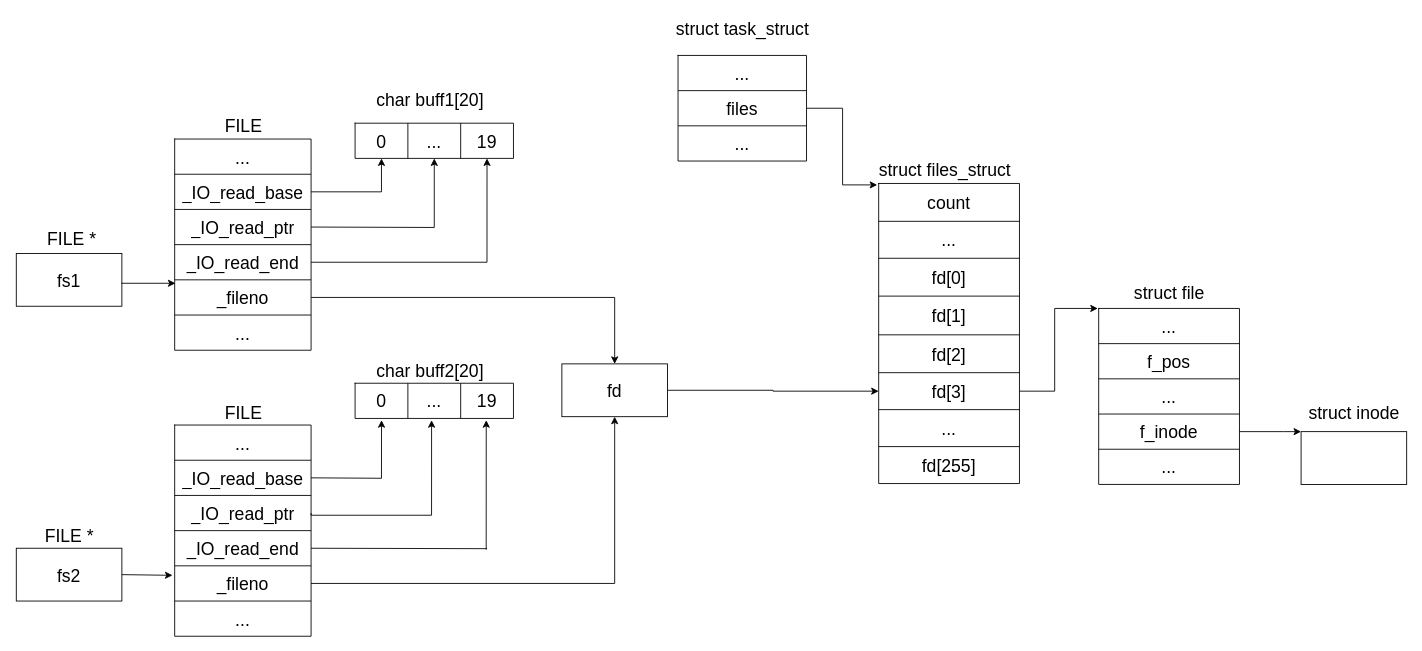
Above: page "Page-1" (1 of 3) of lab_05/docs/lab_05.drawio in alena-zayts/BMSTU_6sem_operating_systems (draw.io), before the change. Source tidied: cells renumbered, new cells numbered last; positions are measured from the earlier drawing's top-left corner, leaving out a move shared by most shapes. Both pictures are drawn from the tidied source at 88%, with x=0, y=0 at pixel (16, 15).
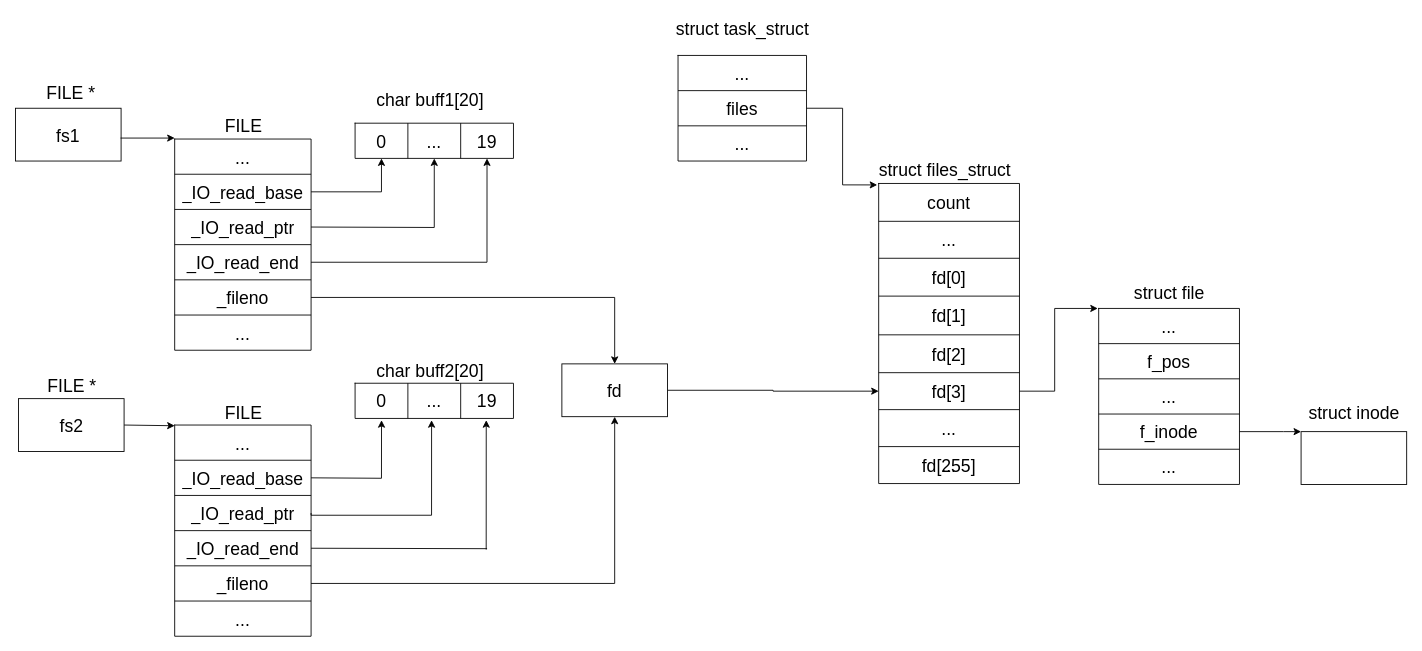
Above is the later version.

Diff of the diagram source:
```diff
@@
     <mxCell id="2" value="&lt;div&gt;fs1&lt;/div&gt;" style="rounded=0;whiteSpace=wrap;html=1;fontSize=20;" parent="1" vertex="1">
-      <mxGeometry y="270.5" width="120" height="60" as="geometry" />
+      <mxGeometry x="-0.9" y="105.5" width="120" height="60" as="geometry" />
     </mxCell>
-    <mxCell id="3" value="fs2" style="rounded=0;whiteSpace=wrap;html=1;fontSize=20;" parent="1" vertex="1">
-      <mxGeometry y="605.5" width="120" height="60" as="geometry" />
-    </mxCell>
@@
     <mxCell id="45" value="&amp;nbsp;FILE *" style="text;html=1;align=center;verticalAlign=middle;strokeColor=none;fontSize=20;" parent="1" vertex="1">
-      <mxGeometry x="20" y="238" width="80" height="30" as="geometry" />
+      <mxGeometry x="19.1" y="73" width="80" height="30" as="geometry" />
     </mxCell>
-    <mxCell id="46" value="FILE *" style="text;html=1;align=center;verticalAlign=middle;strokeColor=none;fontSize=20;" parent="1" vertex="1">
-      <mxGeometry x="25" y="575.5" width="70" height="30" as="geometry" />
-    </mxCell>
@@
     <mxCell id="90" style="endArrow=classic;html=1;exitX=0.995;exitY=0.565;exitDx=0;exitDy=0;exitPerimeter=0;entryX=0.006;entryY=0.098;entryDx=0;entryDy=0;entryPerimeter=0;" parent="1" edge="1" source="2">
       <mxGeometry relative="1" as="geometry">
-        <mxPoint x="180.9" y="304.4" as="targetPoint" />
+        <mxPoint x="180" y="139.4" as="targetPoint" />
       </mxGeometry>
     </mxCell>
-    <mxCell id="91" style="endArrow=classic;html=1;exitX=1;exitY=0.5;exitDx=0;exitDy=0;entryX=-0.016;entryY=0.269;entryDx=0;entryDy=0;entryPerimeter=0;" parent="1" edge="1" source="3">
+    <mxCell id="91" style="endArrow=classic;html=1;exitX=1;exitY=0.5;exitDx=0;exitDy=0;entryX=-0.016;entryY=0.269;entryDx=0;entryDy=0;entryPerimeter=0;" parent="1" edge="1">
       <mxGeometry relative="1" as="geometry">
-        <mxPoint x="177.5" y="636.3" as="targetPoint" />
+        <mxPoint x="122.5" y="465.5" as="sourcePoint" />
+        <mxPoint x="180" y="466.3" as="targetPoint" />
       </mxGeometry>
     </mxCell>
@@
+    <mxCell id="46" value="FILE *" style="text;html=1;align=center;verticalAlign=middle;strokeColor=none;fontSize=20;" parent="1" vertex="1">
+      <mxGeometry x="27.5" y="405.5" width="70" height="30" as="geometry" />
+    </mxCell>
+    <mxCell id="3" value="fs2" style="rounded=0;whiteSpace=wrap;html=1;fontSize=20;" parent="1" vertex="1">
+      <mxGeometry x="2.5" y="435.5" width="120" height="60" as="geometry" />
+    </mxCell>
```
